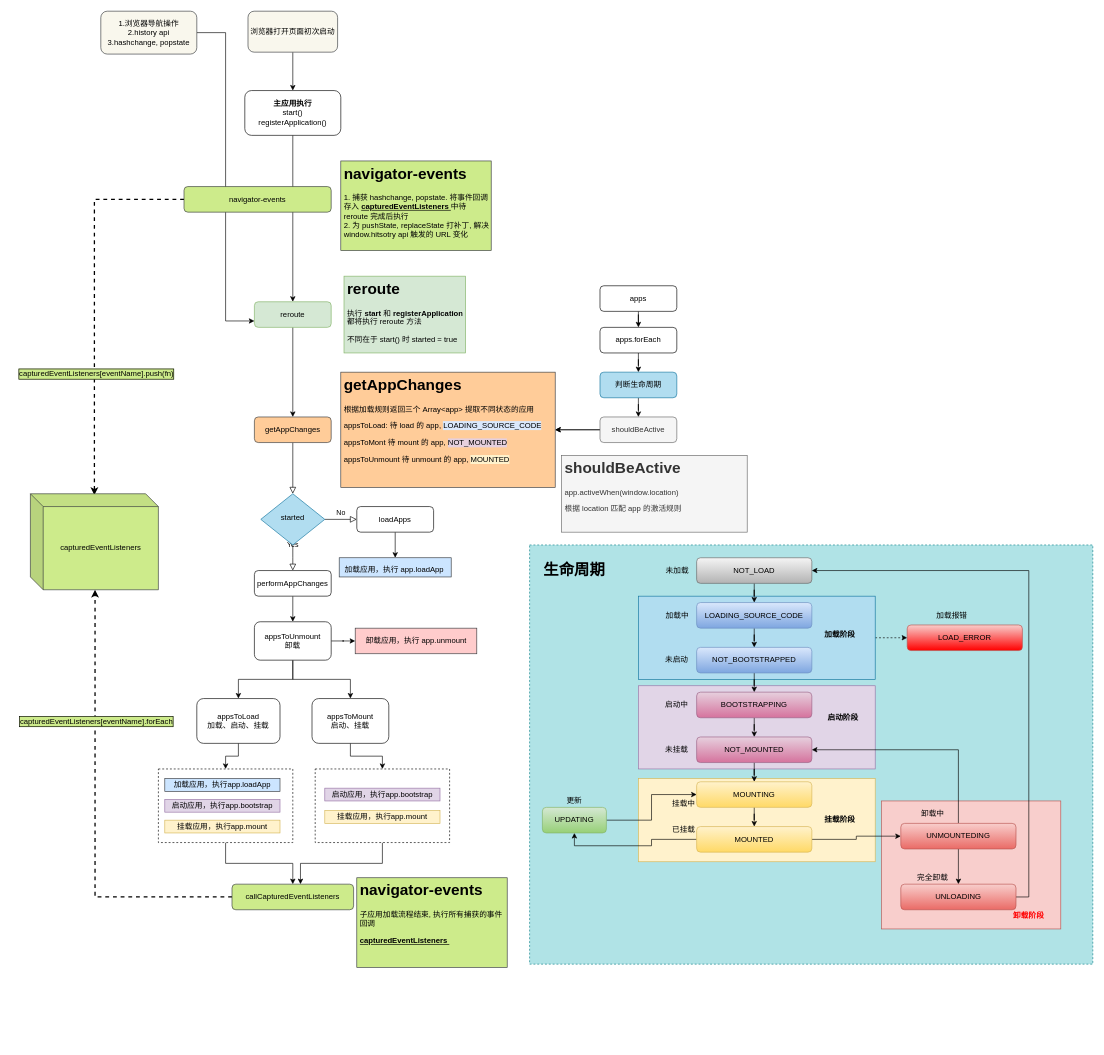
Above: rerouter.drawio in sfyr111/draw (draw.io), before the change. Source tidied: cells renumbered, new cells numbered last; positions are measured from the earlier drawing's top-left corner, leaving out a move shared by most shapes. Both pictures are drawn from the tidied source at 64%, with x=0, y=0 at pixel (30, 11).
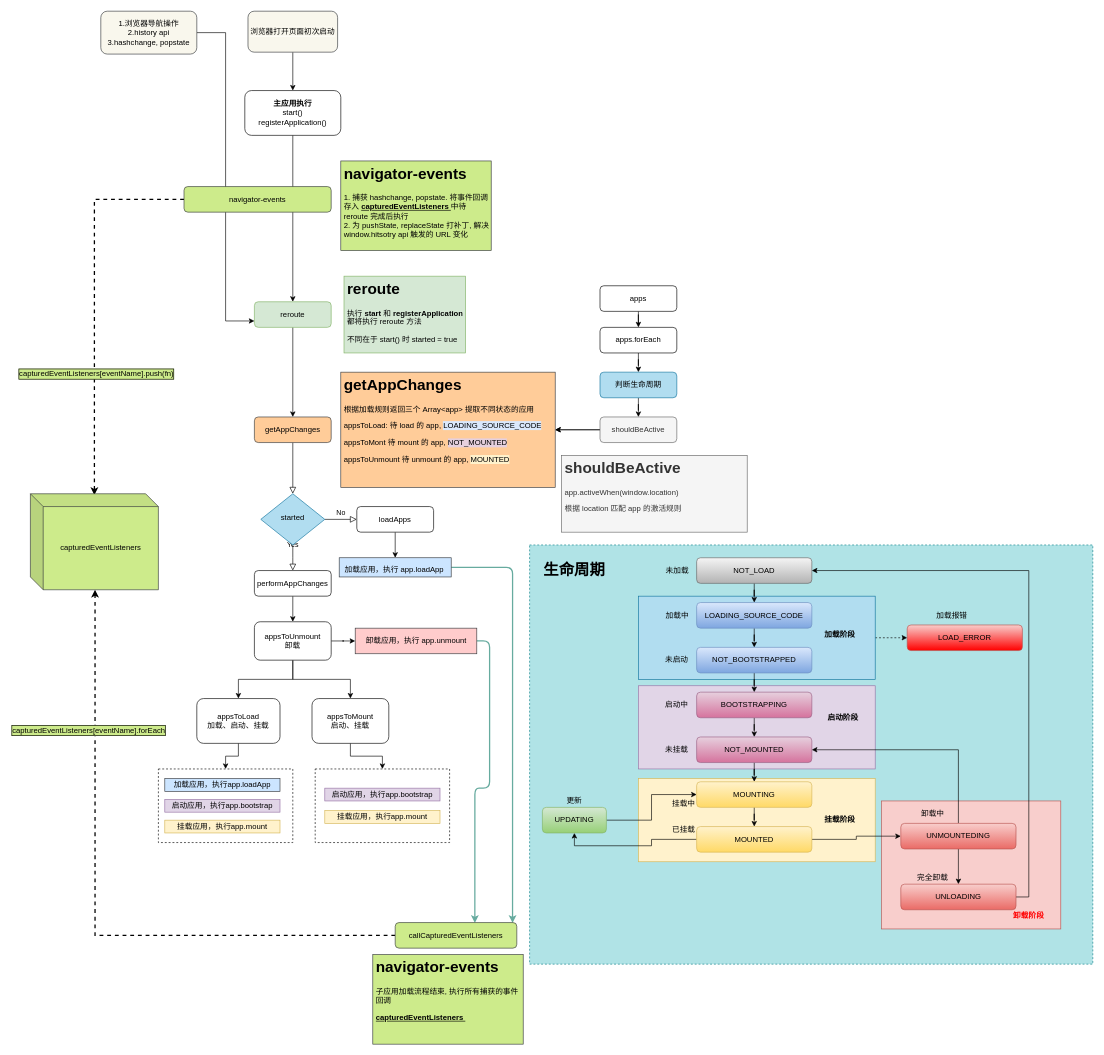
The same diagram, later.

The change refers to these unchanged cells:
```xml
<mxCell id="28" value="加载应用，执行 app.loadApp &lt;br&gt;" style="text;strokeColor=#36393d;spacing=5;spacingTop=-20;overflow=hidden;rounded=0;verticalAlign=bottom;align=center;html=1;whiteSpace=wrap;labelBorderColor=none;fillColor=#cce5ff;" parent="1" vertex="1">
  <mxGeometry x="482.5" y="854" width="175" height="30" as="geometry" />
</mxCell>
<mxCell id="38" style="rounded=0;whiteSpace=wrap;html=1;align=center;dashed=1;" parent="1" vertex="1">
  <mxGeometry x="200" y="1184" width="210" height="115" as="geometry" />
</mxCell>
<mxCell id="40" value="&lt;br&gt;" style="rounded=0;whiteSpace=wrap;html=1;align=center;dashed=1;" parent="1" vertex="1">
  <mxGeometry x="445" y="1184" width="210" height="115" as="geometry" />
</mxCell>
<mxCell id="41" value="&lt;h1&gt;&lt;span style=&quot;font-size: 12px ; font-weight: normal&quot;&gt;卸载应用，执行 app.unmount&lt;/span&gt;&lt;/h1&gt;" style="text;html=1;strokeColor=#36393d;fillColor=#ffcccc;spacing=5;spacingTop=-20;whiteSpace=wrap;overflow=hidden;rounded=0;verticalAlign=bottom;align=center;" parent="1" vertex="1">
  <mxGeometry x="507.5" y="964" width="190" height="40" as="geometry" />
</mxCell>
<mxCell id="43" style="edgeStyle=orthogonalEdgeStyle;rounded=0;jettySize=auto;html=1;entryX=0.505;entryY=1;entryDx=0;entryDy=0;entryPerimeter=0;fontColor=#FF9933;dashed=1;strokeWidth=2;" parent="1" edge="1" source="46" target="55">
  <mxGeometry relative="1" as="geometry" />
</mxCell>
```

Change to the diagram source:
```diff
@@
+    <mxCell id="105" style="edgeStyle=orthogonalEdgeStyle;rounded=1;jettySize=auto;html=1;exitX=1;exitY=0.5;exitDx=0;exitDy=0;entryX=0.965;entryY=0.014;entryDx=0;entryDy=0;entryPerimeter=0;startArrow=none;startFill=0;strokeColor=#67AB9F;strokeWidth=2;fontSize=24;fontColor=#000000;" parent="1" edge="1" source="28" target="46">
+      <mxGeometry relative="1" as="geometry" />
+    </mxCell>
@@
-    <mxCell id="37" style="edgeStyle=orthogonalEdgeStyle;rounded=0;jettySize=auto;html=1;entryX=0.5;entryY=0;entryDx=0;entryDy=0;fontColor=#FF9933;" parent="1" edge="1" source="38" target="46">
-      <mxGeometry relative="1" as="geometry" />
-    </mxCell>
@@
-    <mxCell id="39" style="edgeStyle=orthogonalEdgeStyle;rounded=0;jettySize=auto;html=1;entryX=0.563;entryY=0;entryDx=0;entryDy=0;entryPerimeter=0;fontColor=#FF9933;" parent="1" edge="1" source="40" target="46">
-      <mxGeometry relative="1" as="geometry" />
-    </mxCell>
@@
+    <mxCell id="106" style="edgeStyle=orthogonalEdgeStyle;rounded=1;jettySize=auto;html=1;exitX=1;exitY=0.5;exitDx=0;exitDy=0;entryX=0.655;entryY=0.014;entryDx=0;entryDy=0;entryPerimeter=0;startArrow=none;startFill=0;strokeColor=#67AB9F;strokeWidth=2;fontSize=24;fontColor=#000000;" parent="1" edge="1" source="41" target="46">
+      <mxGeometry relative="1" as="geometry" />
+    </mxCell>
@@
     <mxCell id="45" value="capturedEventListeners[eventName].forEach" style="edgeLabel;html=1;align=center;verticalAlign=middle;fontColor=none;fontSize=12;labelBackgroundColor=#CDEB8B;labelBorderColor=#000000;" parent="43" vertex="1">
-      <mxGeometry x="0.41" y="-1" relative="1" as="geometry" />
+      <mxGeometry x="0.41" y="-1" relative="1" as="geometry">
+        <mxPoint x="-12" y="-78.5" as="offset" />
+      </mxGeometry>
     </mxCell>
     <mxCell id="46" value="callCapturedEventListeners" style="rounded=1;whiteSpace=wrap;html=1;fontSize=12;glass=0;strokeWidth=1;shadow=0;fillColor=#cdeb8b;strokeColor=#36393d;" parent="1" vertex="1">
-      <mxGeometry x="315" y="1364" width="190" height="40" as="geometry" />
+      <mxGeometry x="570" y="1424" width="190" height="40" as="geometry" />
     </mxCell>
@@
     <mxCell id="51" value="&lt;h1&gt;navigator-events&lt;/h1&gt;&lt;p&gt;子应用加载流程结束, 执行所有捕获的事件回调&lt;/p&gt;&lt;u style=&quot;font-weight: bold&quot;&gt;capturedEventListeners&amp;nbsp;&lt;/u&gt;" style="text;html=1;strokeColor=#36393d;fillColor=#cdeb8b;spacing=5;spacingTop=-20;whiteSpace=wrap;overflow=hidden;rounded=0;" parent="1" vertex="1">
-      <mxGeometry x="510" y="1354" width="235" height="140" as="geometry" />
+      <mxGeometry x="535" y="1474" width="235" height="140" as="geometry" />
     </mxCell>
```
